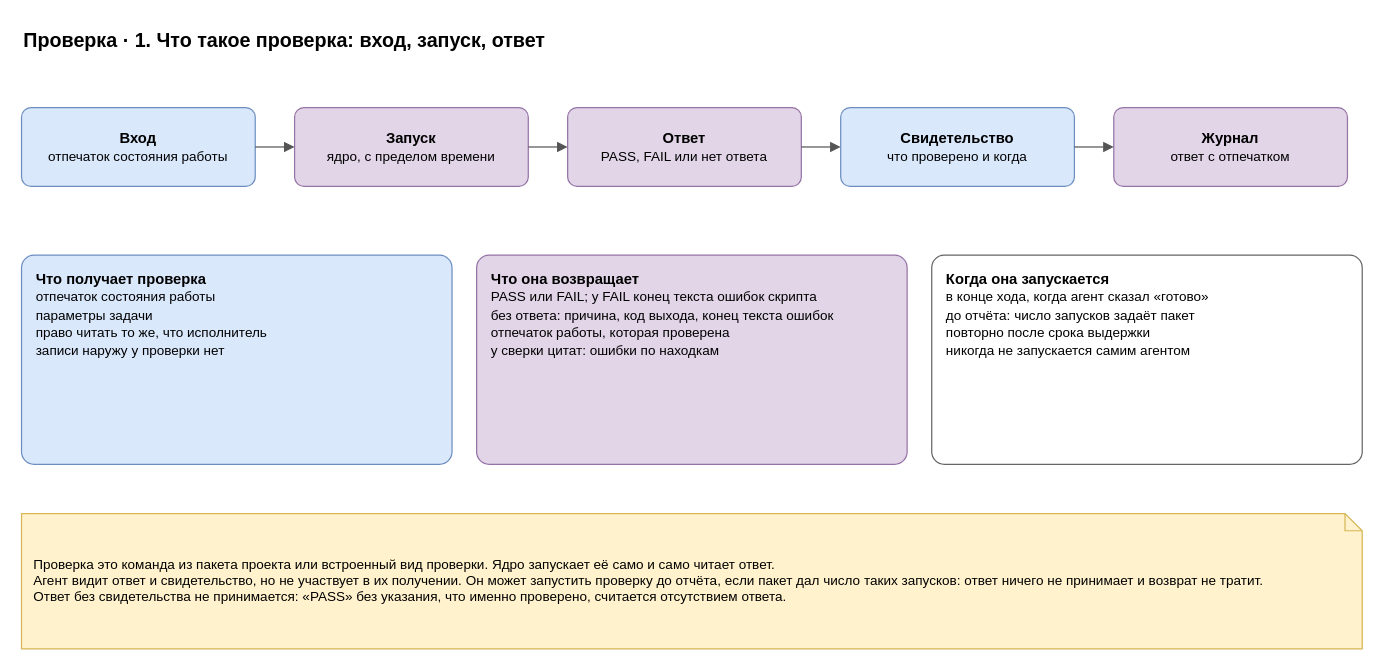
The draw.io diagram page "1. Запуск и ответ" (1 of 5) of docs/spec/harness-check.drawio in roygkov/reins, before the edit. Source tidied: cells renumbered, new cells numbered last; positions are measured from the earlier drawing's top-left corner, leaving out a move shared by most shapes. Both pictures are drawn from the tidied source at 123%, with x=0, y=0 at pixel (21, 21).
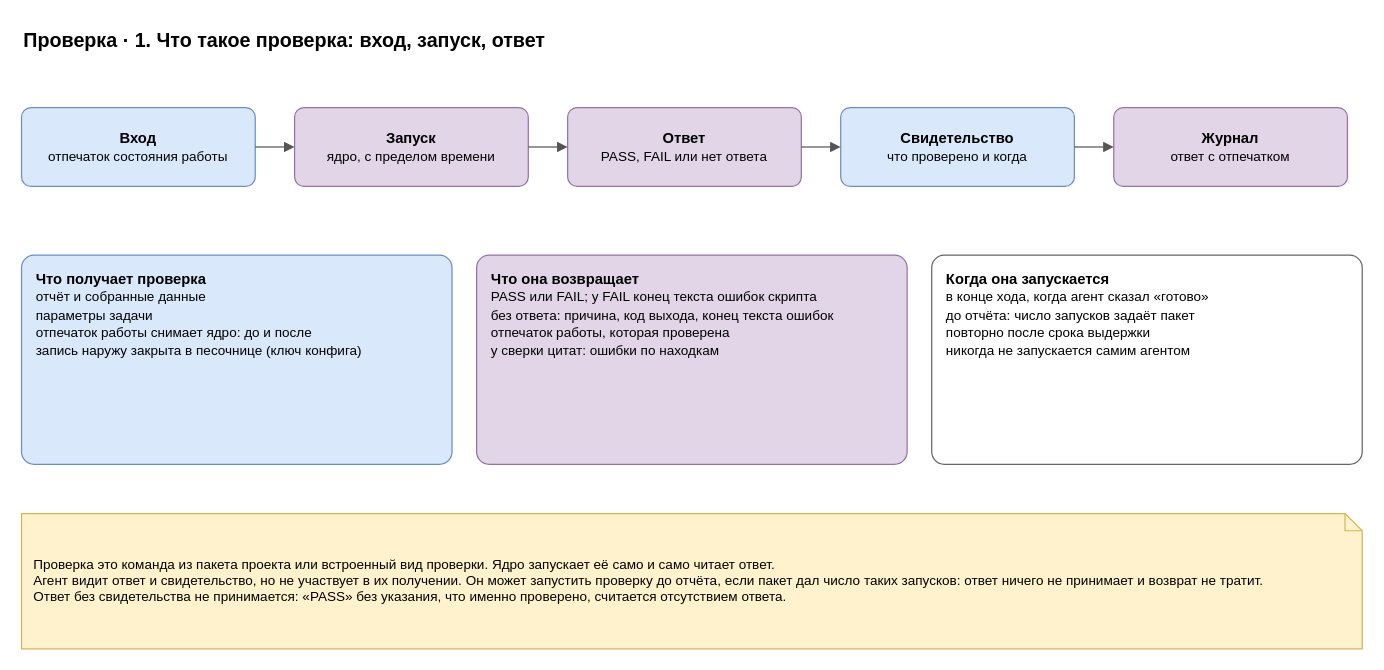
The same page after the edit.

Change to the diagram source:
```diff
@@
 <mxGraphModel>
   <root>
     <mxCell id="0" />
     <mxCell id="1" parent="0" />
     <mxCell id="2" value="Проверка · 1. Что такое проверка: вход, запуск, ответ" style="text;html=1;align=left;verticalAlign=middle;whiteSpace=wrap;fontSize=16;strokeColor=none;fillColor=none;fontStyle=1;" parent="1" vertex="1">
       <mxGeometry width="900" height="30" as="geometry" />
     </mxCell>
     <mxCell id="3" value="&lt;b&gt;Вход&lt;/b&gt;&lt;br&gt;&lt;font style=&quot;font-size:11px&quot;&gt;отпечаток состояния работы&lt;/font&gt;" style="rounded=1;whiteSpace=wrap;html=1;fillColor=#dae8fc;strokeColor=#6c8ebf;arcSize=12;" parent="1" vertex="1">
       <mxGeometry y="70" width="190" height="64" as="geometry" />
     </mxCell>
     <mxCell id="4" value="&lt;b&gt;Запуск&lt;/b&gt;&lt;br&gt;&lt;font style=&quot;font-size:11px&quot;&gt;ядро, с пределом времени&lt;/font&gt;" style="rounded=1;whiteSpace=wrap;html=1;fillColor=#e1d5e7;strokeColor=#9673a6;arcSize=12;" parent="1" vertex="1">
       <mxGeometry x="222" y="70" width="190" height="64" as="geometry" />
     </mxCell>
     <mxCell id="5" style="edgeStyle=orthogonalEdgeStyle;rounded=0;html=1;endArrow=block;endFill=1;strokeColor=#555555;fontSize=11;labelBackgroundColor=#ffffff;" parent="1" edge="1" source="3" target="4">
       <mxGeometry relative="1" as="geometry" />
     </mxCell>
     <mxCell id="6" value="&lt;b&gt;Ответ&lt;/b&gt;&lt;br&gt;&lt;font style=&quot;font-size:11px&quot;&gt;PASS, FAIL или нет ответа&lt;/font&gt;" style="rounded=1;whiteSpace=wrap;html=1;fillColor=#e1d5e7;strokeColor=#9673a6;arcSize=12;" parent="1" vertex="1">
       <mxGeometry x="444" y="70" width="190" height="64" as="geometry" />
     </mxCell>
     <mxCell id="7" style="edgeStyle=orthogonalEdgeStyle;rounded=0;html=1;endArrow=block;endFill=1;strokeColor=#555555;fontSize=11;labelBackgroundColor=#ffffff;" parent="1" edge="1" source="4" target="6">
       <mxGeometry relative="1" as="geometry" />
     </mxCell>
     <mxCell id="8" value="&lt;b&gt;Свидетельство&lt;/b&gt;&lt;br&gt;&lt;font style=&quot;font-size:11px&quot;&gt;что проверено и когда&lt;/font&gt;" style="rounded=1;whiteSpace=wrap;html=1;fillColor=#dae8fc;strokeColor=#6c8ebf;arcSize=12;" parent="1" vertex="1">
       <mxGeometry x="666" y="70" width="190" height="64" as="geometry" />
     </mxCell>
     <mxCell id="9" style="edgeStyle=orthogonalEdgeStyle;rounded=0;html=1;endArrow=block;endFill=1;strokeColor=#555555;fontSize=11;labelBackgroundColor=#ffffff;" parent="1" edge="1" source="6" target="8">
       <mxGeometry relative="1" as="geometry" />
     </mxCell>
     <mxCell id="10" value="&lt;b&gt;Журнал&lt;/b&gt;&lt;br&gt;&lt;font style=&quot;font-size:11px&quot;&gt;ответ с отпечатком&lt;/font&gt;" style="rounded=1;whiteSpace=wrap;html=1;fillColor=#e1d5e7;strokeColor=#9673a6;arcSize=12;" parent="1" vertex="1">
       <mxGeometry x="888" y="70" width="190" height="64" as="geometry" />
     </mxCell>
     <mxCell id="11" style="edgeStyle=orthogonalEdgeStyle;rounded=0;html=1;endArrow=block;endFill=1;strokeColor=#555555;fontSize=11;labelBackgroundColor=#ffffff;" parent="1" edge="1" source="8" target="10">
       <mxGeometry relative="1" as="geometry" />
     </mxCell>
-    <mxCell id="12" value="&lt;b&gt;Что получает проверка&lt;/b&gt;&lt;br&gt;&lt;font style=&quot;font-size:11px&quot;&gt;отпечаток состояния работы&lt;br&gt;параметры задачи&lt;br&gt;право читать то же, что исполнитель&lt;br&gt;записи наружу у проверки нет&lt;/font&gt;" style="rounded=1;whiteSpace=wrap;html=1;fillColor=#dae8fc;strokeColor=#6c8ebf;arcSize=6;align=left;verticalAlign=top;spacingLeft=10;spacingTop=6;spacingRight=6;" parent="1" vertex="1">
+    <mxCell id="12" value="&lt;b&gt;Что получает проверка&lt;/b&gt;&lt;br&gt;&lt;font style=&quot;font-size:11px&quot;&gt;отчёт и собранные данные&lt;br&gt;параметры задачи&lt;br&gt;отпечаток работы снимает ядро: до и после&lt;br&gt;запись наружу закрыта в песочнице (ключ конфига)&lt;/font&gt;" style="rounded=1;whiteSpace=wrap;html=1;fillColor=#dae8fc;strokeColor=#6c8ebf;arcSize=6;align=left;verticalAlign=top;spacingLeft=10;spacingTop=6;spacingRight=6;" parent="1" vertex="1">
       <mxGeometry y="190" width="350" height="170" as="geometry" />
     </mxCell>
     <mxCell id="13" value="&lt;b&gt;Что она возвращает&lt;/b&gt;&lt;br&gt;&lt;font style=&quot;font-size:11px&quot;&gt;PASS или FAIL; у FAIL конец текста ошибок скрипта&lt;br&gt;без ответа: причина, код выхода, конец текста ошибок&lt;br&gt;отпечаток работы, которая проверена&lt;br&gt;у сверки цитат: ошибки по находкам&lt;/font&gt;" style="rounded=1;whiteSpace=wrap;html=1;fillColor=#e1d5e7;strokeColor=#9673a6;arcSize=6;align=left;verticalAlign=top;spacingLeft=10;spacingTop=6;spacingRight=6;" parent="1" vertex="1">
       <mxGeometry x="370" y="190" width="350" height="170" as="geometry" />
     </mxCell>
     <mxCell id="14" value="&lt;b&gt;Когда она запускается&lt;/b&gt;&lt;br&gt;&lt;font style=&quot;font-size:11px&quot;&gt;в конце хода, когда агент сказал «готово»&lt;br&gt;до отчёта: число запусков задаёт пакет&lt;br&gt;повторно после срока выдержки&lt;br&gt;никогда не запускается самим агентом&lt;/font&gt;" style="rounded=1;whiteSpace=wrap;html=1;fillColor=#ffffff;strokeColor=#666666;arcSize=6;align=left;verticalAlign=top;spacingLeft=10;spacingTop=6;spacingRight=6;" parent="1" vertex="1">
       <mxGeometry x="740" y="190" width="350" height="170" as="geometry" />
     </mxCell>
     <mxCell id="15" value="Проверка это команда из пакета проекта или встроенный вид проверки. Ядро запускает её само и само читает ответ.&lt;br&gt;Агент видит ответ и свидетельство, но не участвует в их получении. Он может запустить проверку до отчёта, если пакет дал число таких запусков: ответ ничего не принимает и возврат не тратит.&lt;br&gt;Ответ без свидетельства не принимается: «PASS» без указания, что именно проверено, считается отсутствием ответа." style="shape=note;whiteSpace=wrap;html=1;backgroundOutline=1;size=14;fillColor=#fff2cc;strokeColor=#d6b656;align=left;spacingLeft=8;spacingRight=8;fontSize=11;" parent="1" vertex="1">
       <mxGeometry y="400" width="1090" height="110" as="geometry" />
     </mxCell>
   </root>
 </mxGraphModel>
```
